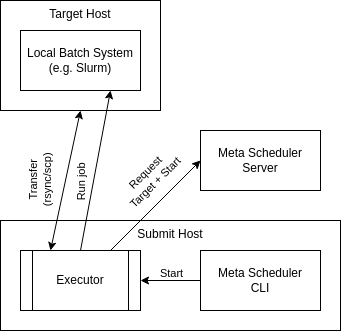
Earlier version of the draw.io export docs/diagrams/components.drawio.png (HSU-HPC/meta-sched). Source tidied: cells renumbered, new cells last; positions are measured from the earlier drawing's top-left corner, leaving out a move shared by most shapes.
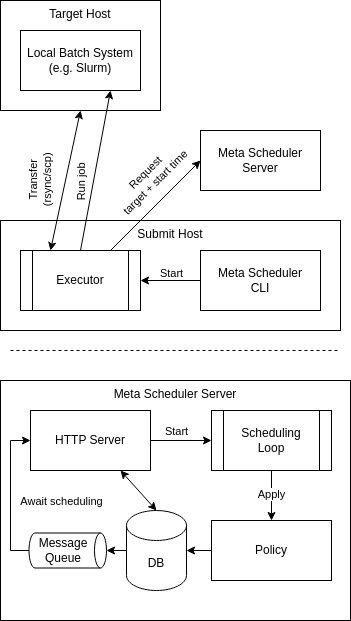
After the commit.

Change to the diagram source:
```diff
@@ -1,4 +1,4 @@
-<mxGraphModel>
+<mxGraphModel background="#FFFFFF">
   <root>
     <mxCell id="0" />
     <mxCell id="1" parent="0" />
@@ -30,7 +30,7 @@
     <mxCell id="9" style="edgeStyle=none;html=1;exitX=0.75;exitY=0;exitDx=0;exitDy=0;entryX=0;entryY=0.5;entryDx=0;entryDy=0;" parent="1" edge="1" source="11" target="3">
       <mxGeometry relative="1" as="geometry" />
     </mxCell>
-    <mxCell id="10" value="Request&lt;br&gt;Target +&amp;nbsp;&lt;span style=&quot;background-color: light-dark(#ffffff, var(--ge-dark-color, #121212));&quot;&gt;Start&lt;/span&gt;" style="edgeLabel;html=1;align=center;verticalAlign=middle;rotation=-45;" parent="9" vertex="1">
+    <mxCell id="10" value="&lt;font style=&quot;color: light-dark(rgb(0, 0, 0), rgb(237, 237, 237));&quot;&gt;Request&lt;br&gt;target + s&lt;span style=&quot;background-color: light-dark(#ffffff, var(--ge-dark-color, #121212));&quot;&gt;tart time&lt;/span&gt;&lt;/font&gt;" style="edgeLabel;html=1;align=center;verticalAlign=middle;rotation=-45;" parent="9" vertex="1">
       <mxGeometry x="0.12" y="2" relative="1" as="geometry">
         <mxPoint x="-9" y="-21" as="offset" />
       </mxGeometry>
@@ -52,5 +52,65 @@
     <mxCell id="15" value="Meta Scheduler&lt;div&gt;CLI&lt;/div&gt;" style="rounded=0;whiteSpace=wrap;html=1;" parent="1" vertex="1">
       <mxGeometry x="200" y="250" width="120" height="60" as="geometry" />
     </mxCell>
+    <mxCell id="16" value="Meta Scheduler Server" style="rounded=0;whiteSpace=wrap;html=1;horizontal=1;verticalAlign=top;" parent="1" vertex="1">
+      <mxGeometry y="380" width="350" height="240" as="geometry" />
+    </mxCell>
+    <mxCell id="17" style="edgeStyle=none;html=1;endArrow=none;endFill=0;dashed=1;" parent="1" edge="1">
+      <mxGeometry relative="1" as="geometry">
+        <mxPoint x="10" y="350" as="sourcePoint" />
+        <mxPoint x="340" y="350" as="targetPoint" />
+      </mxGeometry>
+    </mxCell>
+    <mxCell id="18" style="edgeStyle=none;html=1;exitX=0.5;exitY=1;exitDx=0;exitDy=0;entryX=0.5;entryY=0;entryDx=0;entryDy=0;" parent="1" edge="1" source="20" target="21">
+      <mxGeometry relative="1" as="geometry" />
+    </mxCell>
+    <mxCell id="19" value="Apply" style="edgeLabel;html=1;align=center;verticalAlign=middle;" parent="18" vertex="1">
+      <mxGeometry x="-0.08" y="-1" relative="1" as="geometry" />
+    </mxCell>
+    <mxCell id="20" value="Scheduling&lt;br&gt;Loop" style="shape=process;whiteSpace=wrap;html=1;backgroundOutline=1;" parent="1" vertex="1">
+      <mxGeometry x="211" y="410" width="120" height="60" as="geometry" />
+    </mxCell>
+    <mxCell id="21" value="Policy" style="rounded=0;whiteSpace=wrap;html=1;" parent="1" vertex="1">
+      <mxGeometry x="211" y="520" width="120" height="60" as="geometry" />
+    </mxCell>
+    <mxCell id="22" style="edgeStyle=none;html=1;exitX=1;exitY=0.5;exitDx=0;exitDy=0;entryX=0;entryY=0.5;entryDx=0;entryDy=0;" parent="1" edge="1" source="24" target="20">
+      <mxGeometry relative="1" as="geometry" />
+    </mxCell>
+    <mxCell id="23" value="Start" style="edgeLabel;html=1;align=center;verticalAlign=middle;" parent="22" vertex="1">
+      <mxGeometry x="0.21" y="-3" relative="1" as="geometry">
+        <mxPoint x="-12" y="-13" as="offset" />
+      </mxGeometry>
+    </mxCell>
+    <mxCell id="24" value="HTTP Server" style="rounded=0;whiteSpace=wrap;html=1;" parent="1" vertex="1">
+      <mxGeometry x="30" y="410" width="120" height="60" as="geometry" />
+    </mxCell>
+    <mxCell id="25" value="DB" style="shape=cylinder3;whiteSpace=wrap;html=1;boundedLbl=1;backgroundOutline=1;size=15;" parent="1" vertex="1">
+      <mxGeometry x="126" y="510" width="60" height="80" as="geometry" />
+    </mxCell>
+    <mxCell id="26" style="edgeStyle=orthogonalEdgeStyle;html=1;exitX=0.5;exitY=1;exitDx=0;exitDy=0;exitPerimeter=0;entryX=0;entryY=0.5;entryDx=0;entryDy=0;rounded=0;curved=0;" parent="1" edge="1" source="28" target="24">
+      <mxGeometry relative="1" as="geometry">
+        <Array as="points">
+          <mxPoint x="10" y="550" />
+          <mxPoint x="10" y="440" />
+        </Array>
+      </mxGeometry>
+    </mxCell>
+    <mxCell id="27" value="Await scheduling" style="edgeLabel;html=1;align=center;verticalAlign=middle;" parent="26" vertex="1">
+      <mxGeometry x="-0.06" y="-1" relative="1" as="geometry">
+        <mxPoint x="49" y="1" as="offset" />
+      </mxGeometry>
+    </mxCell>
+    <mxCell id="28" value="Message Queue" style="shape=cylinder3;whiteSpace=wrap;html=1;boundedLbl=1;backgroundOutline=1;size=6;rotation=90;horizontal=0;" parent="1" vertex="1">
+      <mxGeometry x="49.8" y="511.2" width="35" height="77.5" as="geometry" />
+    </mxCell>
+    <mxCell id="29" style="edgeStyle=none;html=1;exitX=0;exitY=0.5;exitDx=0;exitDy=0;exitPerimeter=0;entryX=0.5;entryY=0;entryDx=0;entryDy=0;entryPerimeter=0;" parent="1" edge="1" source="25" target="28">
+      <mxGeometry relative="1" as="geometry" />
+    </mxCell>
+    <mxCell id="30" style="edgeStyle=none;html=1;exitX=0;exitY=0.5;exitDx=0;exitDy=0;entryX=1;entryY=0.5;entryDx=0;entryDy=0;entryPerimeter=0;" parent="1" edge="1" source="21" target="25">
+      <mxGeometry relative="1" as="geometry" />
+    </mxCell>
+    <mxCell id="31" style="edgeStyle=none;html=1;exitX=0.75;exitY=1;exitDx=0;exitDy=0;entryX=0.5;entryY=0;entryDx=0;entryDy=0;entryPerimeter=0;startArrow=classic;startFill=1;" parent="1" edge="1" source="24" target="25">
+      <mxGeometry relative="1" as="geometry" />
+    </mxCell>
   </root>
 </mxGraphModel>
```
